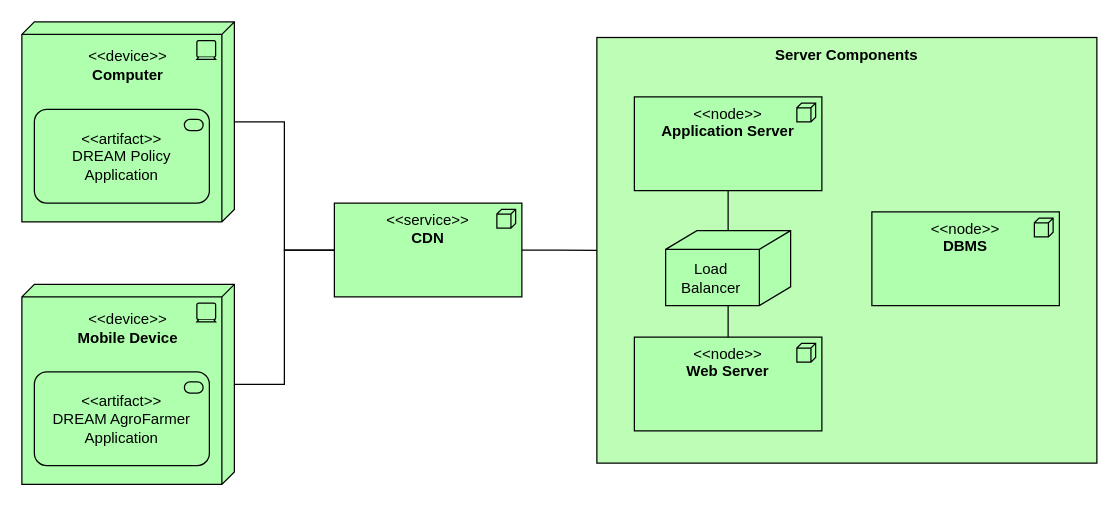
gabrielemarra/DREAM-ProjectDesign keeps this draw.io diagram as images_diagrams/dd/highlevel_deployment.drawio. Above is the earlier version. Source tidied: cells renumbered, new cells numbered last; positions are measured from the earlier drawing's top-left corner, leaving out a move shared by most shapes. Both pictures are drawn from the tidied source at 125%, with x=0, y=0 at pixel (21, 21).
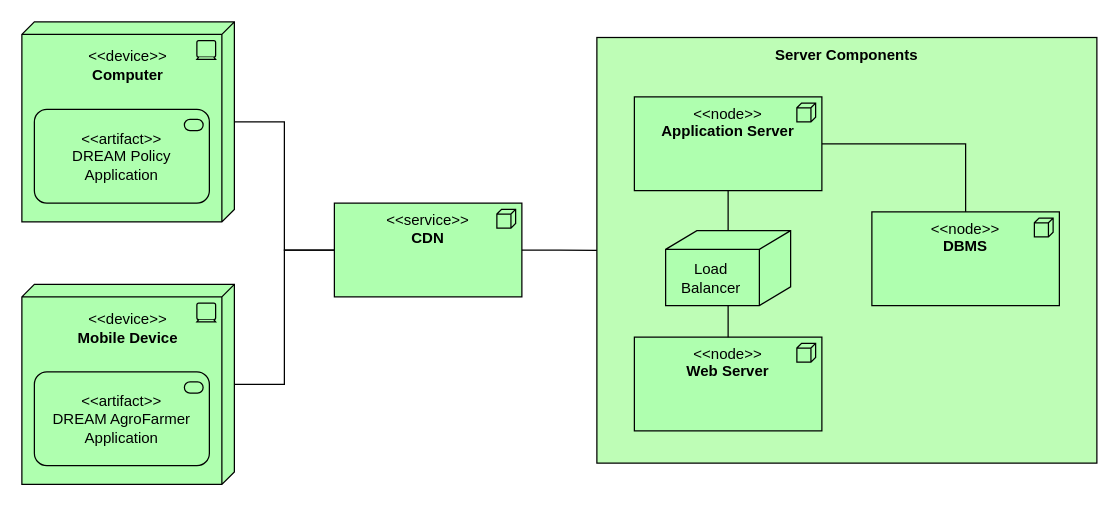
The same page after the edit.

The edit, as a diff of the source:
```diff
@@
 <mxGraphModel>
   <root>
     <mxCell id="0" />
     <mxCell id="1" parent="0" />
     <mxCell id="2" value="&lt;b&gt;Server Components&lt;/b&gt;" style="rounded=0;whiteSpace=wrap;html=1;arcSize=2;fillColor=#BEFDB6;strokeColor=#000000;verticalAlign=top;" parent="1" vertex="1">
       <mxGeometry x="460" y="12.5" width="400" height="340.5" as="geometry" />
     </mxCell>
     <mxCell id="3" value="&lt;div&gt;&lt;br&gt;&lt;/div&gt;&lt;div&gt;&amp;lt;&amp;lt;device&amp;gt;&amp;gt;&lt;/div&gt;&lt;div&gt;&lt;b&gt;Computer&lt;/b&gt;&lt;br&gt;&lt;/div&gt;" style="html=1;outlineConnect=0;whiteSpace=wrap;fillColor=#AFFFAF;shape=mxgraph.archimate3.tech;techType=device;verticalAlign=top;" parent="1" vertex="1">
       <mxGeometry width="170" height="160" as="geometry" />
     </mxCell>
     <mxCell id="4" style="edgeStyle=orthogonalEdgeStyle;rounded=0;jettySize=auto;html=1;exitX=0.5;exitY=1;exitDx=0;exitDy=0;exitPerimeter=0;endArrow=none;endFill=0;" parent="1" edge="1" source="5" target="16">
       <mxGeometry relative="1" as="geometry" />
     </mxCell>
+    <mxCell id="18" style="edgeStyle=orthogonalEdgeStyle;rounded=0;jettySize=auto;html=1;exitX=1;exitY=0.5;exitDx=0;exitDy=0;exitPerimeter=0;endArrow=none;endFill=0;" parent="1" edge="1" source="5" target="6">
+      <mxGeometry relative="1" as="geometry" />
+    </mxCell>
     <mxCell id="5" value="&lt;div&gt;&amp;lt;&amp;lt;node&amp;gt;&amp;gt; &lt;br&gt;&lt;/div&gt;&lt;div&gt;&lt;b&gt;Application Server&lt;/b&gt;&lt;/div&gt;" style="html=1;outlineConnect=0;whiteSpace=wrap;fillColor=#AFFFAF;shape=mxgraph.archimate3.application;appType=node;archiType=square;verticalAlign=top;" parent="1" vertex="1">
       <mxGeometry x="490" y="60" width="150" height="75" as="geometry" />
     </mxCell>
     <mxCell id="6" value="&lt;div&gt;&amp;lt;&amp;lt;node&amp;gt;&amp;gt;&lt;/div&gt;&lt;div&gt;&lt;b&gt;DBMS&lt;/b&gt;&lt;br&gt;&lt;/div&gt;" style="html=1;outlineConnect=0;whiteSpace=wrap;fillColor=#AFFFAF;shape=mxgraph.archimate3.application;appType=node;archiType=square;verticalAlign=top;" parent="1" vertex="1">
       <mxGeometry x="680" y="152" width="150" height="75" as="geometry" />
     </mxCell>
     <mxCell id="7" value="&lt;div&gt;&lt;br&gt;&lt;/div&gt;&lt;div&gt;&amp;lt;&amp;lt;device&amp;gt;&amp;gt;&lt;/div&gt;&lt;div&gt;&lt;b&gt;Mobile Device&lt;/b&gt;&lt;br&gt;&lt;/div&gt;" style="html=1;outlineConnect=0;whiteSpace=wrap;fillColor=#AFFFAF;shape=mxgraph.archimate3.tech;techType=device;verticalAlign=top;" parent="1" vertex="1">
       <mxGeometry y="210" width="170" height="160" as="geometry" />
     </mxCell>
     <mxCell id="8" value="&lt;div&gt;&amp;lt;&amp;lt;artifact&amp;gt;&amp;gt;&lt;/div&gt;&lt;div&gt;DREAM Policy Application&lt;br&gt;&lt;/div&gt;" style="html=1;whiteSpace=wrap;fillColor=#AFFFAF;shape=mxgraph.archimate3.application;appType=serv;archiType=rounded;" parent="1" vertex="1">
       <mxGeometry x="10" y="70" width="140" height="75" as="geometry" />
     </mxCell>
     <mxCell id="9" value="&lt;div&gt;&amp;lt;&amp;lt;artifact&amp;gt;&amp;gt;&lt;/div&gt;&lt;div&gt;DREAM AgroFarmer Application&lt;br&gt;&lt;/div&gt;" style="html=1;whiteSpace=wrap;fillColor=#AFFFAF;shape=mxgraph.archimate3.application;appType=serv;archiType=rounded;" parent="1" vertex="1">
       <mxGeometry x="10" y="280" width="140" height="75" as="geometry" />
     </mxCell>
     <mxCell id="10" style="edgeStyle=orthogonalEdgeStyle;rounded=0;jettySize=auto;html=1;exitX=1;exitY=0.5;exitDx=0;exitDy=0;exitPerimeter=0;entryX=0;entryY=0.5;entryDx=0;entryDy=0;endArrow=none;endFill=0;" parent="1" edge="1" source="13" target="2">
       <mxGeometry relative="1" as="geometry" />
     </mxCell>
     <mxCell id="11" style="edgeStyle=orthogonalEdgeStyle;rounded=0;jettySize=auto;html=1;exitX=0;exitY=0.5;exitDx=0;exitDy=0;exitPerimeter=0;entryX=1;entryY=0.5;entryDx=0;entryDy=0;entryPerimeter=0;endArrow=none;endFill=0;" parent="1" edge="1" source="13" target="3">
       <mxGeometry relative="1" as="geometry" />
     </mxCell>
     <mxCell id="12" style="edgeStyle=orthogonalEdgeStyle;rounded=0;jettySize=auto;html=1;exitX=0;exitY=0.5;exitDx=0;exitDy=0;exitPerimeter=0;endArrow=none;endFill=0;" parent="1" edge="1" source="13" target="7">
       <mxGeometry relative="1" as="geometry" />
     </mxCell>
     <mxCell id="13" value="&lt;div&gt;&amp;lt;&amp;lt;service&amp;gt;&amp;gt;&lt;/div&gt;&lt;div&gt;&lt;b&gt;CDN&lt;/b&gt;&lt;br&gt;&lt;/div&gt;" style="html=1;outlineConnect=0;whiteSpace=wrap;fillColor=#AFFFAF;shape=mxgraph.archimate3.application;appType=node;archiType=square;verticalAlign=top;" parent="1" vertex="1">
       <mxGeometry x="250" y="145" width="150" height="75" as="geometry" />
     </mxCell>
     <mxCell id="14" value="&lt;div&gt;&amp;lt;&amp;lt;node&amp;gt;&amp;gt;&lt;/div&gt;&lt;div&gt;&lt;b&gt;Web Server&lt;/b&gt;&lt;br&gt;&lt;/div&gt;" style="html=1;outlineConnect=0;whiteSpace=wrap;fillColor=#AFFFAF;shape=mxgraph.archimate3.application;appType=node;archiType=square;verticalAlign=top;" parent="1" vertex="1">
       <mxGeometry x="490" y="252.2" width="150" height="75" as="geometry" />
     </mxCell>
     <mxCell id="15" style="edgeStyle=orthogonalEdgeStyle;rounded=0;jettySize=auto;html=1;exitX=0.5;exitY=1;exitDx=0;exitDy=0;exitPerimeter=0;endArrow=none;endFill=0;" parent="1" edge="1" source="16" target="14">
       <mxGeometry relative="1" as="geometry" />
     </mxCell>
     <mxCell id="16" style="html=1;outlineConnect=0;whiteSpace=wrap;fillColor=#AFFFAF;shape=mxgraph.archimate3.node;rounded=0;strokeColor=#000000;verticalAlign=bottom;align=left;" parent="1" vertex="1">
       <mxGeometry x="515" y="167" width="100" height="60" as="geometry" />
     </mxCell>
     <mxCell id="17" value="&lt;div&gt;Load&lt;/div&gt;&lt;div&gt;Balancer&lt;/div&gt;" style="text;html=1;align=center;verticalAlign=middle;strokeColor=none;fillColor=none;" parent="1" vertex="1">
       <mxGeometry x="521" y="190" width="60" height="30" as="geometry" />
     </mxCell>
   </root>
 </mxGraphModel>
```
